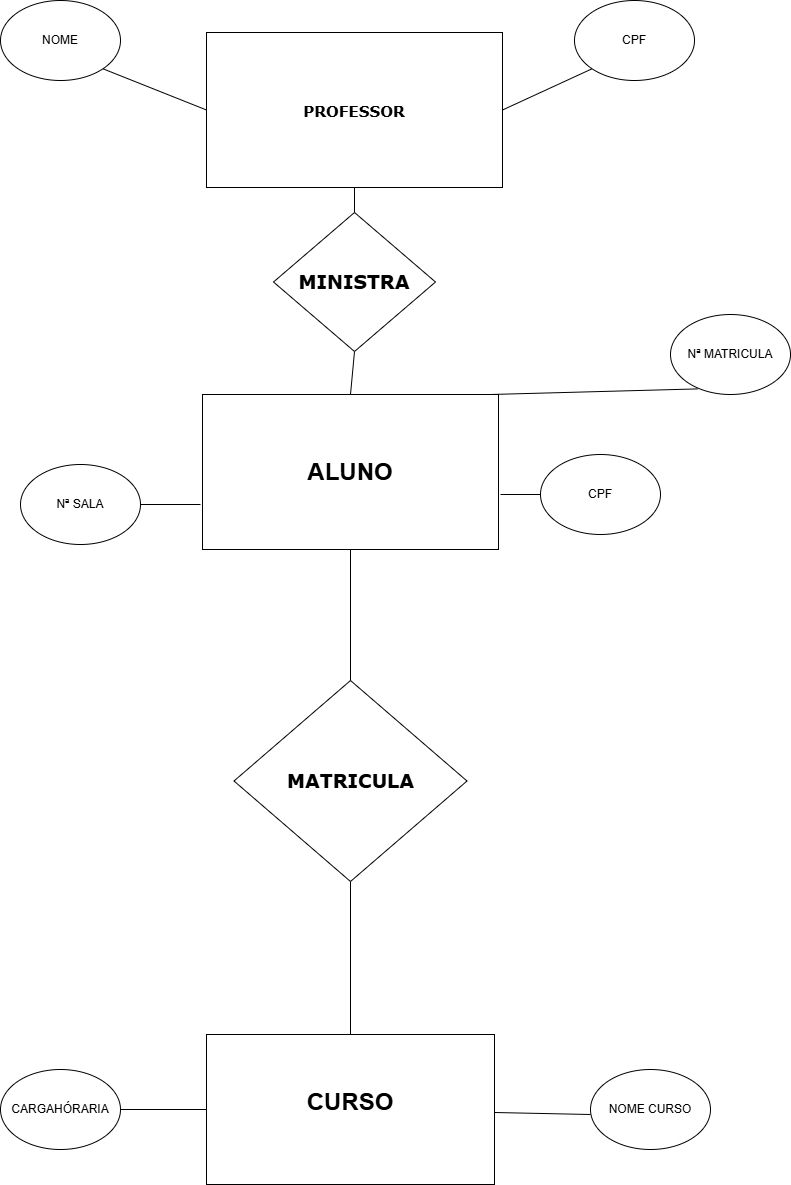
Earlier version of the draw.io export BD/Primeiro_Diagrama.drawio.png (Guilherme-bit-hash/TREINAMENTO_HTML_G4F). Source tidied: cells renumbered, new cells last; positions are measured from the earlier drawing's top-left corner, leaving out a move shared by most shapes.
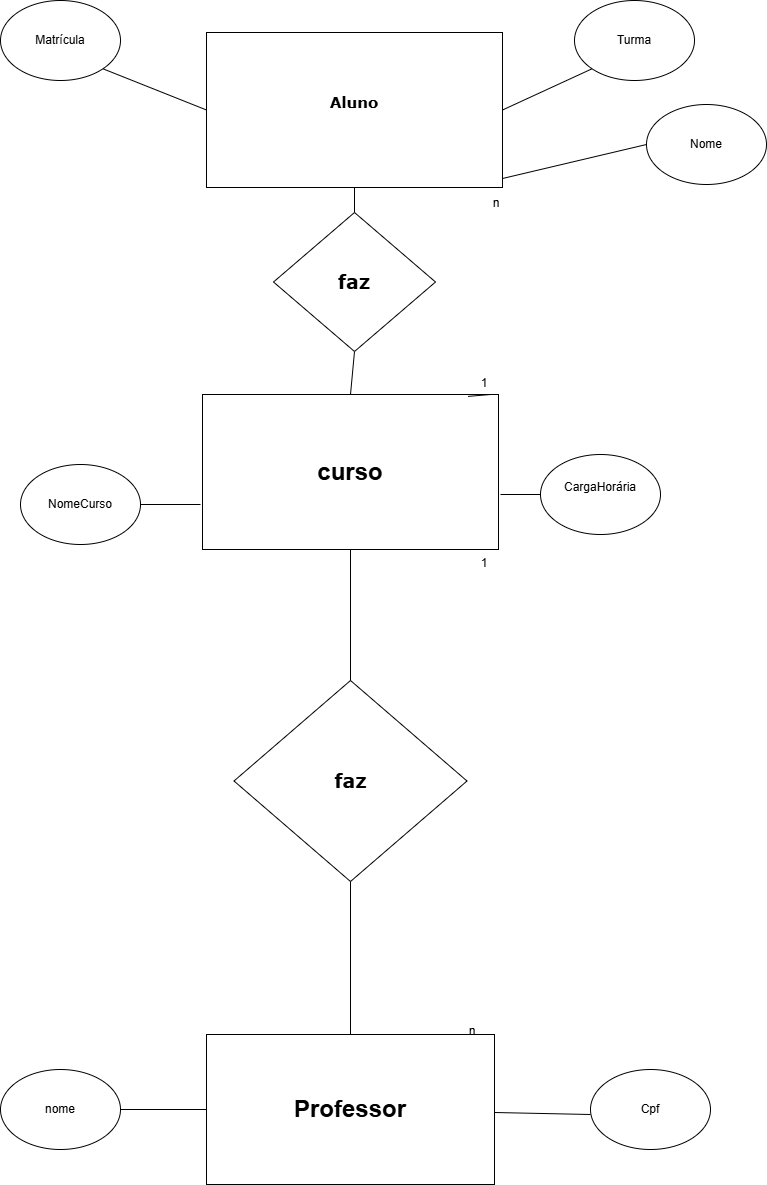
After the change.

Diff of the diagram source:
```diff
@@ -1,39 +1,34 @@
-<mxGraphModel>
+<mxGraphModel background="#ffffff">
   <root>
     <mxCell id="0" />
     <mxCell id="1" parent="0" />
-    <mxCell id="2" value="&lt;h1&gt;ALUNO&lt;/h1&gt;" style="rounded=0;whiteSpace=wrap;html=1;" parent="1" vertex="1">
+    <mxCell id="2" value="&lt;h1&gt;curso&lt;/h1&gt;" style="rounded=0;whiteSpace=wrap;html=1;" parent="1" vertex="1">
       <mxGeometry x="202" y="394" width="296" height="155" as="geometry" />
     </mxCell>
-    <mxCell id="3" value="Nª SALA" style="ellipse;whiteSpace=wrap;html=1;" parent="1" vertex="1">
+    <mxCell id="3" value="NomeCurso" style="ellipse;whiteSpace=wrap;html=1;" parent="1" vertex="1">
       <mxGeometry x="20" y="464" width="120" height="80" as="geometry" />
     </mxCell>
-    <mxCell id="4" value="Nª MATRICULA" style="ellipse;whiteSpace=wrap;html=1;" parent="1" vertex="1">
-      <mxGeometry x="670" y="314" width="120" height="80" as="geometry" />
+    <mxCell id="4" value="Nome" style="ellipse;whiteSpace=wrap;html=1;" parent="1" vertex="1">
+      <mxGeometry x="646" y="104" width="120" height="80" as="geometry" />
     </mxCell>
-    <mxCell id="5" value="CPF" style="ellipse;whiteSpace=wrap;html=1;" parent="1" vertex="1">
+    <mxCell id="5" value="CargaHorária&lt;div&gt;&lt;br&gt;&lt;/div&gt;" style="ellipse;whiteSpace=wrap;html=1;" parent="1" vertex="1">
       <mxGeometry x="540" y="454" width="120" height="80" as="geometry" />
     </mxCell>
-    <mxCell id="6" value="MATRICULA" style="rhombus;whiteSpace=wrap;html=1;fontFamily=Verdana;fontStyle=1;fontSize=19;" parent="1" vertex="1">
+    <mxCell id="6" value="faz" style="rhombus;whiteSpace=wrap;html=1;fontFamily=Verdana;fontStyle=1;fontSize=19;" parent="1" vertex="1">
       <mxGeometry x="233.5" y="680" width="233" height="201" as="geometry" />
     </mxCell>
-    <mxCell id="7" value="&lt;h1&gt;CURSO&lt;/h1&gt;&lt;div&gt;&lt;br&gt;&lt;/div&gt;" style="rounded=0;whiteSpace=wrap;html=1;" parent="1" vertex="1">
+    <mxCell id="7" value="&lt;h1&gt;Professor&lt;/h1&gt;" style="rounded=0;whiteSpace=wrap;html=1;" parent="1" vertex="1">
       <mxGeometry x="206" y="1034" width="288" height="150" as="geometry" />
     </mxCell>
-    <mxCell id="8" value="NOME CURSO" style="ellipse;whiteSpace=wrap;html=1;" parent="1" vertex="1">
+    <mxCell id="8" value="Cpf" style="ellipse;whiteSpace=wrap;html=1;" parent="1" vertex="1">
       <mxGeometry x="590" y="1069" width="120" height="80" as="geometry" />
     </mxCell>
-    <mxCell id="9" value="CARGAHÓRARIA" style="ellipse;whiteSpace=wrap;html=1;" parent="1" vertex="1">
+    <mxCell id="9" value="nome" style="ellipse;whiteSpace=wrap;html=1;" parent="1" vertex="1">
       <mxGeometry y="1069" width="120" height="80" as="geometry" />
     </mxCell>
     <mxCell id="10" style="endArrow=none;html=1;rounded=0;entryX=0.5;entryY=0;entryDx=0;entryDy=0;" parent="1" edge="1" source="2" target="6">
       <mxGeometry relative="1" as="geometry" />
     </mxCell>
-    <mxCell id="11" style="endArrow=none;html=1;rounded=0;entryX=0.227;entryY=0.93;entryDx=0;entryDy=0;entryPerimeter=0;" parent="1" edge="1" target="4">
-      <mxGeometry relative="1" as="geometry">
-        <mxPoint x="490" y="394" as="sourcePoint" />
-      </mxGeometry>
-    </mxCell>
     <mxCell id="12" style="endArrow=none;html=1;rounded=0;entryX=1;entryY=0.5;entryDx=0;entryDy=0;" parent="1" edge="1" target="3">
       <mxGeometry relative="1" as="geometry">
         <mxPoint x="200" y="504" as="sourcePoint" />
@@ -55,7 +50,7 @@
         <mxPoint x="590" y="1114" as="targetPoint" />
       </mxGeometry>
     </mxCell>
-    <mxCell id="17" value="PROFESSOR" style="rounded=0;whiteSpace=wrap;html=1;fontStyle=1;fontFamily=Verdana;fontSize=15;" parent="1" vertex="1">
+    <mxCell id="17" value="Aluno&lt;div&gt;&lt;br&gt;&lt;/div&gt;" style="rounded=0;whiteSpace=wrap;html=1;fontStyle=1;fontFamily=Verdana;fontSize=15;" parent="1" vertex="1">
       <mxGeometry x="206" y="32" width="296" height="155" as="geometry" />
     </mxCell>
     <mxCell id="18" style="endArrow=none;html=1;rounded=0;exitX=0.5;exitY=0;exitDx=0;exitDy=0;entryX=0.5;entryY=1;entryDx=0;entryDy=0;" parent="1" edge="1" source="20" target="17">
@@ -64,13 +59,13 @@
     <mxCell id="19" style="endArrow=none;html=1;rounded=0;exitX=0.5;exitY=0;exitDx=0;exitDy=0;entryX=0.5;entryY=1;entryDx=0;entryDy=0;" parent="1" edge="1" source="2" target="20">
       <mxGeometry relative="1" as="geometry" />
     </mxCell>
-    <mxCell id="20" value="MINISTRA" style="rhombus;whiteSpace=wrap;html=1;fontFamily=Verdana;fontStyle=1;fontSize=19;" parent="1" vertex="1">
+    <mxCell id="20" value="faz" style="rhombus;whiteSpace=wrap;html=1;fontFamily=Verdana;fontStyle=1;fontSize=19;" parent="1" vertex="1">
       <mxGeometry x="273" y="212" width="162" height="139" as="geometry" />
     </mxCell>
-    <mxCell id="21" value="NOME" style="ellipse;whiteSpace=wrap;html=1;" parent="1" vertex="1">
+    <mxCell id="21" value="Matrícula" style="ellipse;whiteSpace=wrap;html=1;" parent="1" vertex="1">
       <mxGeometry width="120" height="80" as="geometry" />
     </mxCell>
-    <mxCell id="22" value="CPF" style="ellipse;whiteSpace=wrap;html=1;" parent="1" vertex="1">
+    <mxCell id="22" value="Turma" style="ellipse;whiteSpace=wrap;html=1;" parent="1" vertex="1">
       <mxGeometry x="574" width="120" height="80" as="geometry" />
     </mxCell>
     <mxCell id="23" style="endArrow=none;html=1;rounded=0;entryX=1;entryY=1;entryDx=0;entryDy=0;exitX=0;exitY=0.5;exitDx=0;exitDy=0;" parent="1" edge="1" source="17" target="21">
@@ -79,5 +74,27 @@
     <mxCell id="24" style="endArrow=none;html=1;rounded=0;exitX=1;exitY=0.5;exitDx=0;exitDy=0;entryX=0;entryY=1;entryDx=0;entryDy=0;" parent="1" edge="1" source="17" target="22">
       <mxGeometry relative="1" as="geometry" />
     </mxCell>
+    <mxCell id="25" value="n" style="text;html=1;whiteSpace=wrap;strokeColor=none;fillColor=none;align=center;verticalAlign=middle;rounded=0;" parent="1" vertex="1">
+      <mxGeometry x="442" y="1016" width="60" height="30" as="geometry" />
+    </mxCell>
+    <mxCell id="26" value="1" style="text;html=1;whiteSpace=wrap;strokeColor=none;fillColor=none;align=center;verticalAlign=middle;rounded=0;" parent="1" vertex="1">
+      <mxGeometry x="454" y="548" width="60" height="30" as="geometry" />
+    </mxCell>
+    <mxCell id="27" style="endArrow=none;html=1;rounded=0;entryX=0.227;entryY=0.93;entryDx=0;entryDy=0;entryPerimeter=0;" parent="1" edge="1" target="28">
+      <mxGeometry relative="1" as="geometry">
+        <mxPoint x="490" y="394" as="sourcePoint" />
+      </mxGeometry>
+    </mxCell>
+    <mxCell id="28" value="1" style="text;html=1;whiteSpace=wrap;strokeColor=none;fillColor=none;align=center;verticalAlign=middle;rounded=0;" parent="1" vertex="1">
+      <mxGeometry x="454" y="368" width="60" height="30" as="geometry" />
+    </mxCell>
+    <mxCell id="29" value="n" style="text;html=1;whiteSpace=wrap;strokeColor=none;fillColor=none;align=center;verticalAlign=middle;rounded=0;" parent="1" vertex="1">
+      <mxGeometry x="466" y="188" width="60" height="30" as="geometry" />
+    </mxCell>
+    <mxCell id="30" style="endArrow=none;html=1;rounded=0;entryX=0;entryY=0.5;entryDx=0;entryDy=0;" parent="1" edge="1" target="4">
+      <mxGeometry relative="1" as="geometry">
+        <mxPoint x="502" y="178" as="sourcePoint" />
+      </mxGeometry>
+    </mxCell>
   </root>
 </mxGraphModel>
```
